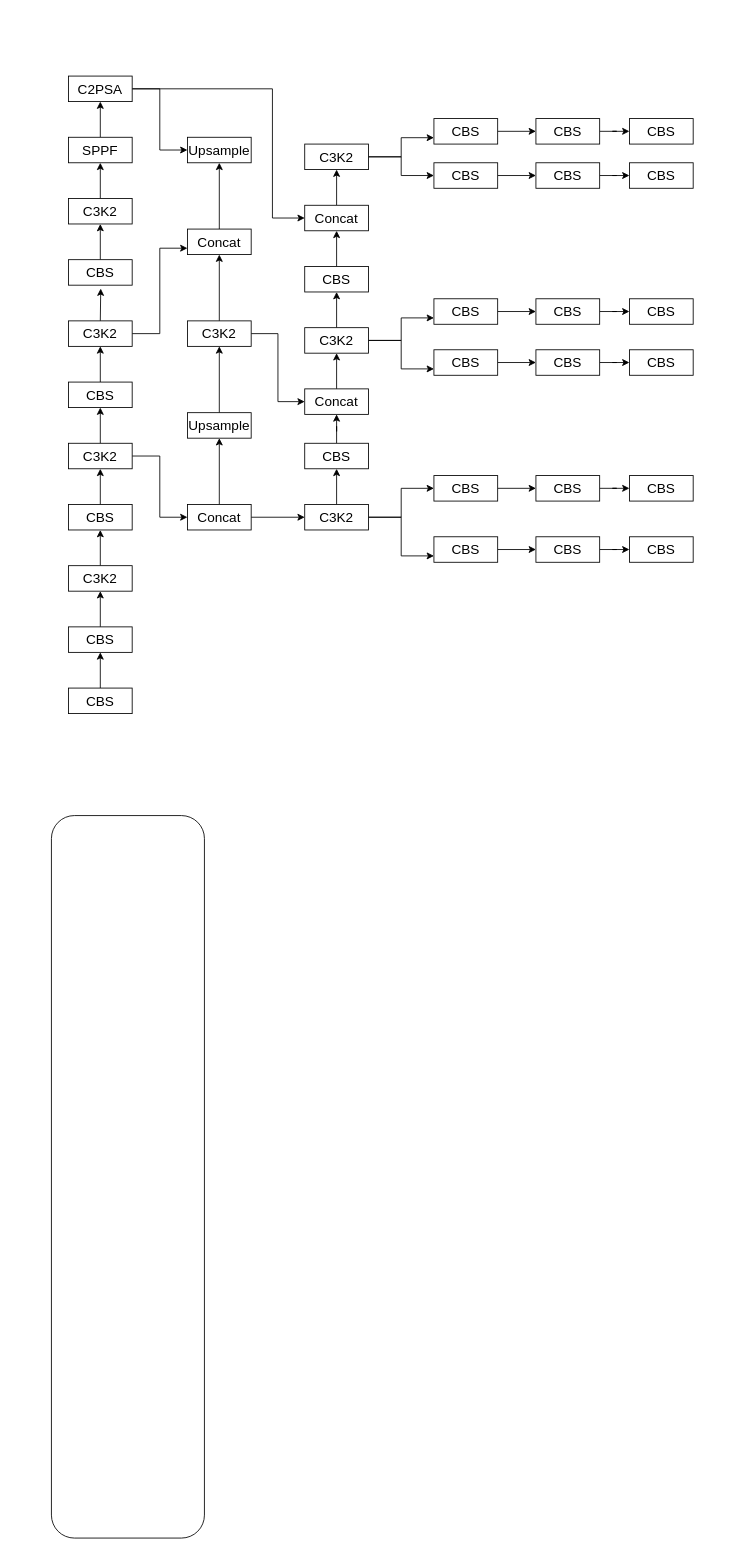
This is 专利网络结构图.drawio from HTMLCSS-XD/draw.io, a draw.io file, before an edit. Source tidied: cells renumbered, new cells numbered last; positions are measured from the earlier drawing's top-left corner, leaving out a move shared by most shapes. Both pictures are drawn from the tidied source at 85%, with x=0, y=0 at pixel (51, 76).
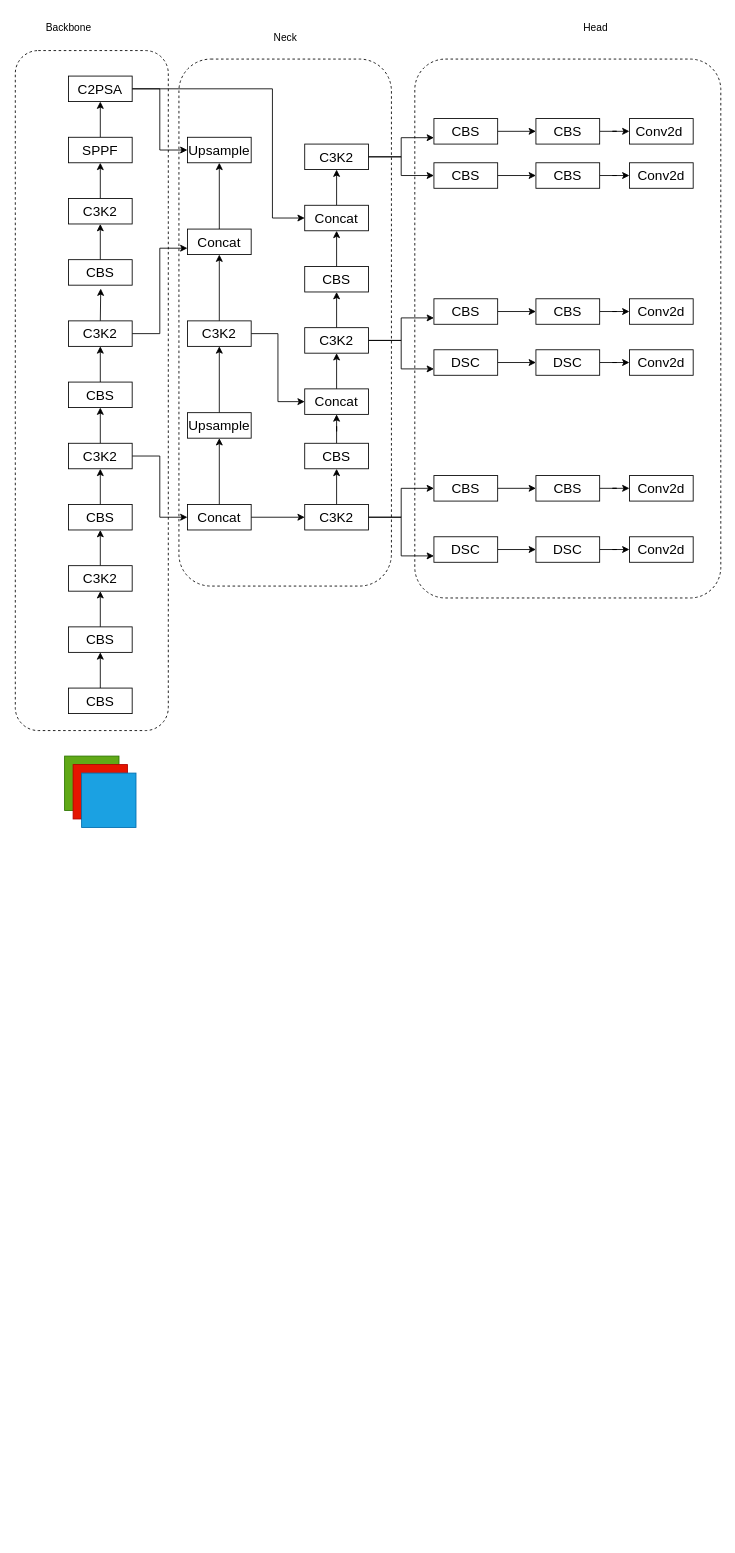
After the change.

Commit message (it also covers changes not shown here):
更新专利网络结构图.drawio

Change to the diagram source:
```diff
@@
+    <mxCell id="88" style="rounded=1;whiteSpace=wrap;html=1;fillColor=none;dashed=1;arcSize=10;" parent="1" vertex="1">
+      <mxGeometry x="427.5" y="-20" width="360" height="634" as="geometry" />
+    </mxCell>
+    <mxCell id="89" style="rounded=1;whiteSpace=wrap;html=1;fillColor=none;dashed=1;" parent="1" vertex="1">
+      <mxGeometry x="150" y="-20" width="250" height="620" as="geometry" />
+    </mxCell>
+    <mxCell id="26" style="rounded=1;whiteSpace=wrap;html=1;fillColor=none;dashed=1;" parent="1" vertex="1">
+      <mxGeometry x="-42.5" y="-30" width="180" height="800" as="geometry" />
+    </mxCell>
@@
-    <mxCell id="26" style="rounded=1;whiteSpace=wrap;html=1;fillColor=none;" parent="1" vertex="1">
-      <mxGeometry y="870" width="180" height="850" as="geometry" />
-    </mxCell>
@@
-    <mxCell id="60" value="CBS" style="rounded=0;whiteSpace=wrap;html=1;fontSize=16;" parent="1" vertex="1">
+    <mxCell id="60" value="Conv2d&lt;font id=&quot;3&quot; lang=&quot;zh-CN&quot; translate=&quot;no&quot; class=&quot;notranslate immersive-translate-target-wrapper&quot;&gt;&amp;nbsp; &lt;font class=&quot;immersive-translate-loading-spinner notranslate&quot;&gt;&lt;/font&gt;&lt;/font&gt;" style="rounded=0;whiteSpace=wrap;html=1;fontSize=16;" parent="1" vertex="1">
       <mxGeometry x="680" y="50" width="75" height="30" as="geometry" />
     </mxCell>
@@
-    <mxCell id="65" value="CBS" style="rounded=0;whiteSpace=wrap;html=1;fontSize=16;" parent="1" vertex="1">
+    <mxCell id="65" value="Conv2d" style="rounded=0;whiteSpace=wrap;html=1;fontSize=16;" parent="1" vertex="1">
       <mxGeometry x="680" y="102" width="75" height="30" as="geometry" />
     </mxCell>
@@
-    <mxCell id="70" value="CBS" style="rounded=0;whiteSpace=wrap;html=1;fontSize=16;" parent="1" vertex="1">
+    <mxCell id="70" value="Conv2d" style="rounded=0;whiteSpace=wrap;html=1;fontSize=16;" parent="1" vertex="1">
       <mxGeometry x="680" y="262" width="75" height="30" as="geometry" />
     </mxCell>
@@
-    <mxCell id="74" value="CBS" style="rounded=0;whiteSpace=wrap;html=1;fontSize=16;" parent="1" vertex="1">
+    <mxCell id="74" value="DSC" style="rounded=0;whiteSpace=wrap;html=1;fontSize=16;" parent="1" vertex="1">
       <mxGeometry x="450" y="322" width="75" height="30" as="geometry" />
     </mxCell>
-    <mxCell id="75" value="CBS" style="rounded=0;whiteSpace=wrap;html=1;fontSize=16;" parent="1" vertex="1">
+    <mxCell id="75" value="Conv2d" style="rounded=0;whiteSpace=wrap;html=1;fontSize=16;" parent="1" vertex="1">
       <mxGeometry x="680" y="322" width="75" height="30" as="geometry" />
     </mxCell>
@@
-    <mxCell id="77" value="CBS" style="rounded=0;whiteSpace=wrap;html=1;fontSize=16;" parent="1" vertex="1">
+    <mxCell id="77" value="DSC" style="rounded=0;whiteSpace=wrap;html=1;fontSize=16;" parent="1" vertex="1">
       <mxGeometry x="570" y="322" width="75" height="30" as="geometry" />
     </mxCell>
@@
-    <mxCell id="80" value="CBS" style="rounded=0;whiteSpace=wrap;html=1;fontSize=16;" parent="1" vertex="1">
+    <mxCell id="80" value="Conv2d" style="rounded=0;whiteSpace=wrap;html=1;fontSize=16;" parent="1" vertex="1">
       <mxGeometry x="680" y="470" width="75" height="30" as="geometry" />
     </mxCell>
@@
-    <mxCell id="84" value="CBS" style="rounded=0;whiteSpace=wrap;html=1;fontSize=16;" parent="1" vertex="1">
+    <mxCell id="84" value="DSC" style="rounded=0;whiteSpace=wrap;html=1;fontSize=16;" parent="1" vertex="1">
       <mxGeometry x="450" y="542" width="75" height="30" as="geometry" />
     </mxCell>
-    <mxCell id="85" value="CBS" style="rounded=0;whiteSpace=wrap;html=1;fontSize=16;" parent="1" vertex="1">
+    <mxCell id="85" value="Conv2d" style="rounded=0;whiteSpace=wrap;html=1;fontSize=16;" parent="1" vertex="1">
       <mxGeometry x="680" y="542" width="75" height="30" as="geometry" />
     </mxCell>
@@
-    <mxCell id="87" value="CBS" style="rounded=0;whiteSpace=wrap;html=1;fontSize=16;" parent="1" vertex="1">
+    <mxCell id="87" value="DSC" style="rounded=0;whiteSpace=wrap;html=1;fontSize=16;" parent="1" vertex="1">
       <mxGeometry x="570" y="542" width="75" height="30" as="geometry" />
     </mxCell>
+    <mxCell id="90" style="rounded=0;whiteSpace=wrap;html=1;fillColor=#60a917;fontColor=#ffffff;strokeColor=#2D7600;" parent="1" vertex="1">
+      <mxGeometry x="15.5" y="800" width="64" height="64" as="geometry" />
+    </mxCell>
+    <mxCell id="91" style="rounded=0;whiteSpace=wrap;html=1;fillColor=#e51400;fontColor=#ffffff;strokeColor=#B20000;" parent="1" vertex="1">
+      <mxGeometry x="25.5" y="810" width="64" height="64" as="geometry" />
+    </mxCell>
+    <mxCell id="92" style="rounded=0;whiteSpace=wrap;html=1;fillColor=#1ba1e2;fontColor=#ffffff;strokeColor=#006EAF;" parent="1" vertex="1">
+      <mxGeometry x="35.5" y="820" width="64" height="64" as="geometry" />
+    </mxCell>
+    <mxCell id="93" value="Backbone" style="text;html=1;align=center;verticalAlign=middle;strokeColor=none;fillColor=none;" parent="1" vertex="1">
+      <mxGeometry x="-20" y="-72" width="80" height="30" as="geometry" />
+    </mxCell>
+    <mxCell id="94" value="Neck" style="text;html=1;align=center;verticalAlign=middle;strokeColor=none;fillColor=none;" parent="1" vertex="1">
+      <mxGeometry x="250" y="-60" width="50" height="30" as="geometry" />
+    </mxCell>
+    <mxCell id="95" value="Head" style="text;html=1;align=center;verticalAlign=middle;strokeColor=none;fillColor=none;" parent="1" vertex="1">
+      <mxGeometry x="615" y="-72" width="50" height="30" as="geometry" />
+    </mxCell>
```
